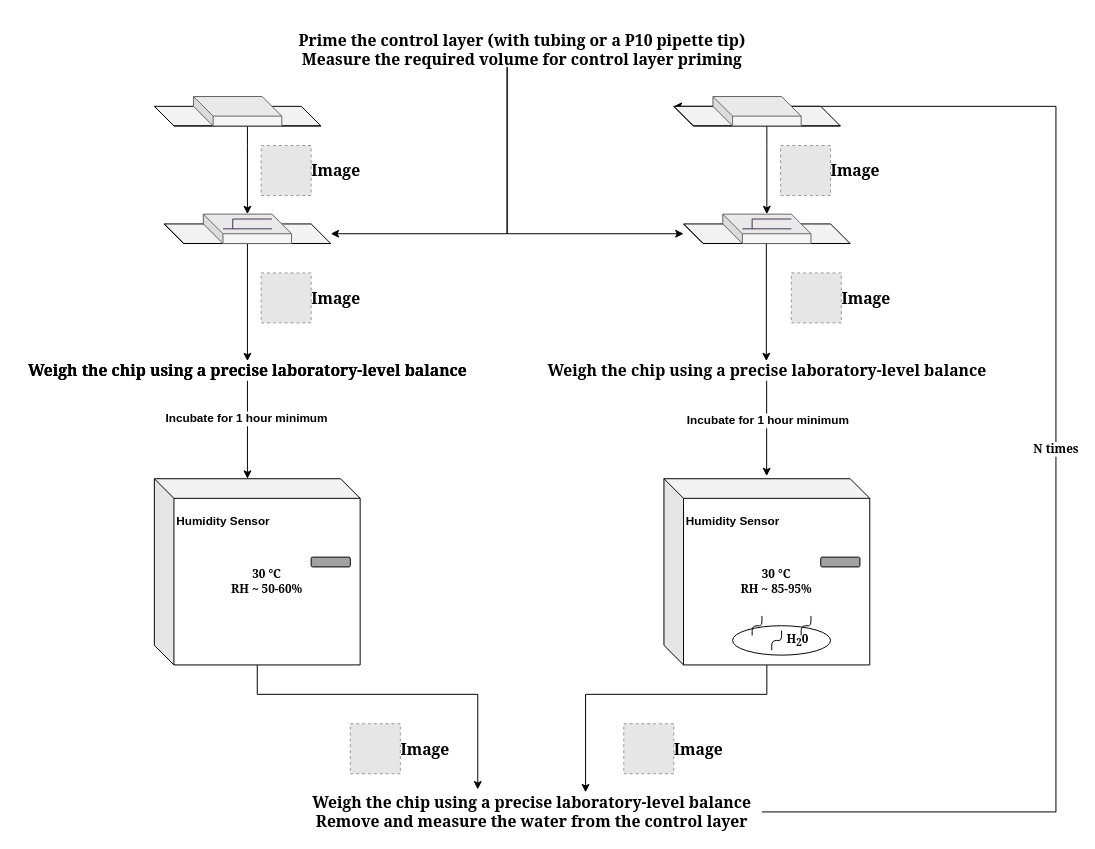
Before: Evaporation Testing.drawio in AcubeSAT/microfluidics, a draw.io diagram. Source tidied: cells renumbered, new cells numbered last; positions are measured from the earlier drawing's top-left corner, leaving out a move shared by most shapes. Both pictures are drawn from the tidied source at 98%, with x=0, y=0 at pixel (17, 18). Pictures stored in the file or linked from it are replaced by grey dashed boxes.
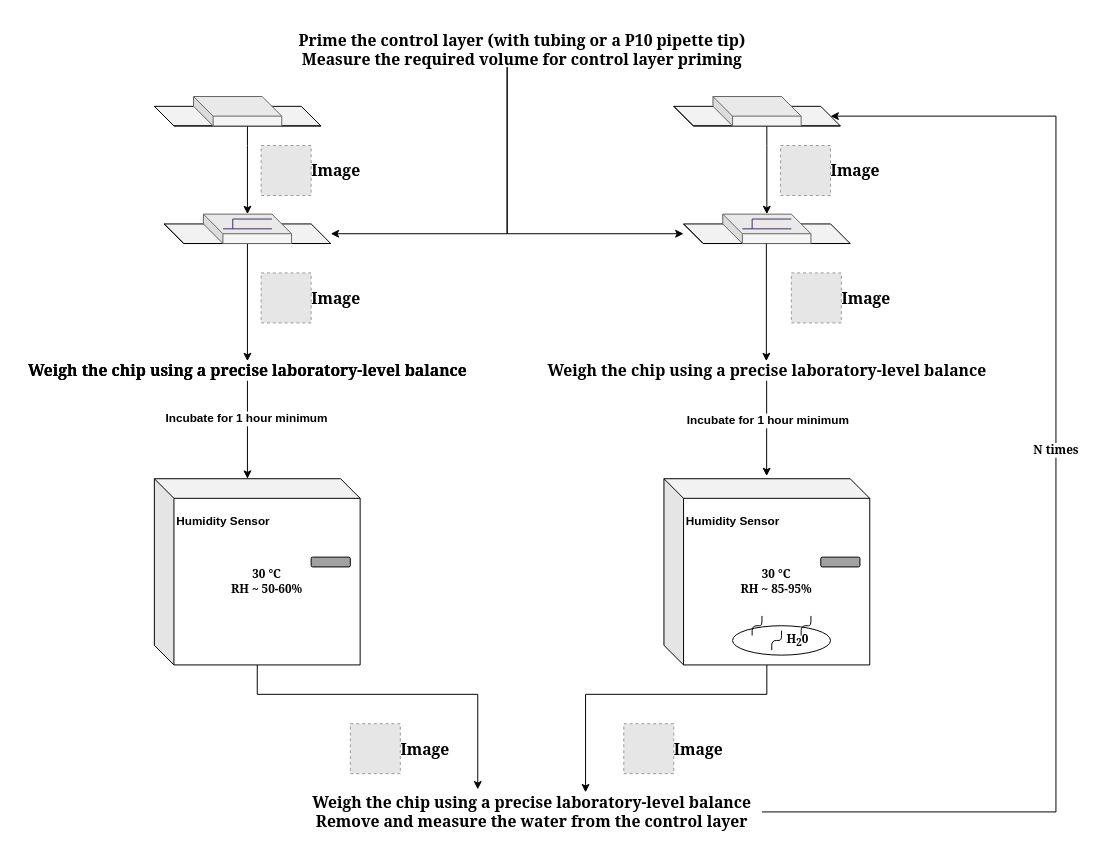
The same diagram, later.

Unchanged cells that the change refers to:
```xml
<mxCell id="37" value="&lt;b&gt;&lt;font style=&quot;font-size: 16px&quot; face=&quot;Georgia&quot;&gt;Weigh the chip using a precise laboratory-level balance &lt;/font&gt;&lt;/b&gt;" style="text;html=1;align=center;verticalAlign=middle;points=[];" parent="1" vertex="1">
  <mxGeometry x="290" y="790" width="470" height="20" as="geometry" />
</mxCell>
<mxCell id="39" style="shape=cube;whiteSpace=wrap;html=1;boundedLbl=1;backgroundOutline=1;darkOpacity=0.05;darkOpacity2=0.1;direction=east;" parent="1" vertex="1">
  <mxGeometry x="670" y="90" width="170" height="20" as="geometry" />
</mxCell>
```

The edit, as a diff of the source:
```diff
@@
-    <mxCell id="35" style="edgeStyle=orthogonalEdgeStyle;rounded=0;jettySize=auto;html=1;entryX=0;entryY=0;entryDx=0;entryDy=0;entryPerimeter=0;" parent="1" edge="1" source="37" target="39">
+    <mxCell id="35" style="edgeStyle=orthogonalEdgeStyle;rounded=0;jettySize=auto;html=1;entryX=0;entryY=0;entryDx=160;entryDy=10;entryPerimeter=0;" parent="1" edge="1" source="37" target="39">
       <mxGeometry relative="1" as="geometry">
         <Array as="points">
           <mxPoint x="1060" y="810" />
-          <mxPoint x="1060" y="90" />
+          <mxPoint x="1060" y="100" />
         </Array>
       </mxGeometry>
     </mxCell>
     <mxCell id="36" value="&lt;b&gt;&lt;font style=&quot;font-size: 12px&quot; face=&quot;Georgia&quot;&gt;N times&lt;/font&gt;&lt;/b&gt;" style="edgeLabel;html=1;align=center;verticalAlign=middle;" parent="35" vertex="1">
       <mxGeometry x="0.35" y="1" relative="1" as="geometry">
-        <mxPoint y="281.8" as="offset" />
+        <mxPoint y="167.1" as="offset" />
       </mxGeometry>
     </mxCell>
```
